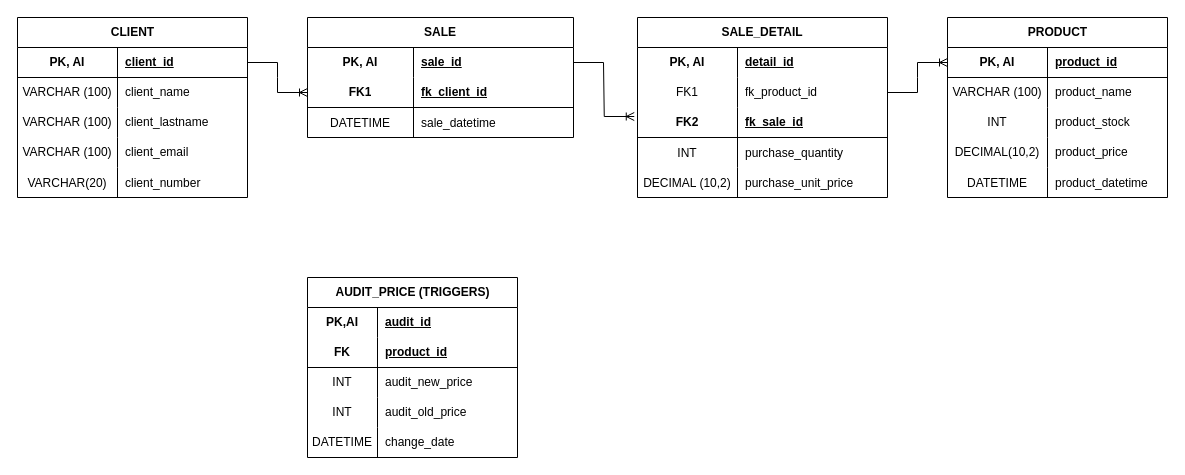
The draw.io diagram docs/TechZone.drawio in IvanRavarotto/TechZone, before the edit. Source tidied: cells renumbered, new cells numbered last; positions are measured from the earlier drawing's top-left corner, leaving out a move shared by most shapes. Both pictures are drawn from the tidied source at 100%, with x=0, y=0 at pixel (17, 17).
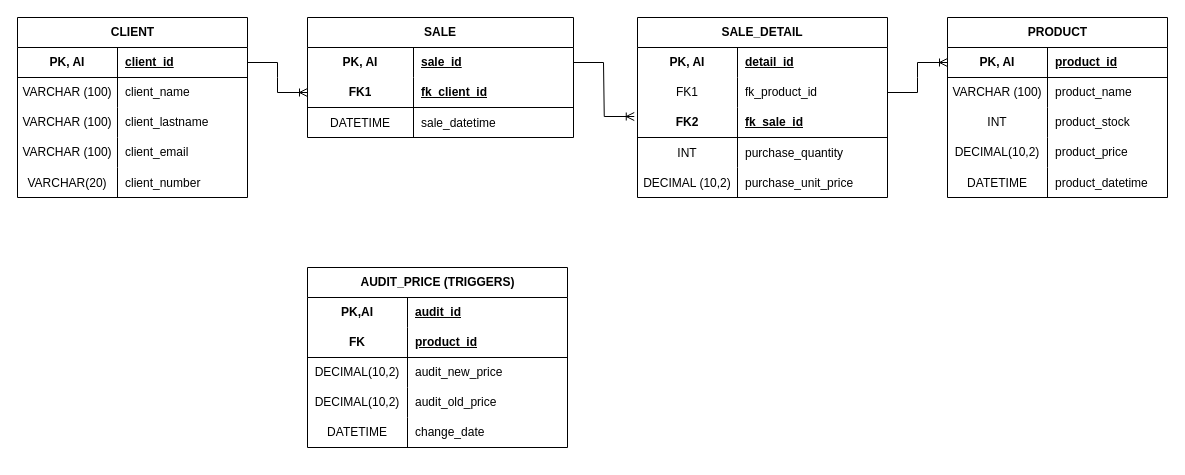
The same diagram, later.

Commit message:
Audited prices are changed from whole numbers to decimals.

What changed in the source:
```diff
@@
     <mxCell id="63" value="AUDIT_PRICE (TRIGGERS)" style="shape=table;startSize=30;childLayout=tableLayout;rowLines=0;fontStyle=1;align=center;html=1;" parent="1" vertex="1">
-      <mxGeometry x="290" y="260" width="210" height="180" as="geometry" />
+      <mxGeometry x="290" y="250" width="260" height="180" as="geometry" />
     </mxCell>
     <mxCell id="64" style="shape=tableRow;horizontal=0;startSize=0;swimlaneHead=0;swimlaneBody=0;fillColor=none;top=0;left=0;right=0;bottom=0;" parent="63" vertex="1">
-      <mxGeometry y="30" width="210" height="30" as="geometry" />
+      <mxGeometry y="30" width="260" height="30" as="geometry" />
     </mxCell>
     <mxCell id="65" value="&lt;span style=&quot;font-weight: 700;&quot;&gt;PK,AI&lt;/span&gt;" style="shape=partialRectangle;fillColor=none;top=0;left=0;bottom=0;right=0;fontStyle=0;overflow=hidden;whiteSpace=wrap;html=1;" parent="64" vertex="1">
-      <mxGeometry width="70" height="30" as="geometry" />
+      <mxGeometry width="100" height="30" as="geometry" />
     </mxCell>
     <mxCell id="66" value="&lt;span style=&quot;font-weight: 700; text-decoration-line: underline;&quot;&gt;audit_id&lt;/span&gt;" style="shape=partialRectangle;fillColor=none;top=0;left=0;bottom=0;right=0;align=left;spacingLeft=6;fontStyle=0;overflow=hidden;whiteSpace=wrap;html=1;" parent="64" vertex="1">
-      <mxGeometry x="70" width="140" height="30" as="geometry" />
+      <mxGeometry x="100" width="160" height="30" as="geometry" />
     </mxCell>
     <mxCell id="67" style="shape=tableRow;horizontal=0;startSize=0;swimlaneHead=0;swimlaneBody=0;fillColor=none;top=0;left=0;right=0;bottom=1;" parent="63" vertex="1">
-      <mxGeometry y="60" width="210" height="30" as="geometry" />
+      <mxGeometry y="60" width="260" height="30" as="geometry" />
     </mxCell>
     <mxCell id="68" value="FK" style="shape=partialRectangle;fillColor=none;top=0;left=0;bottom=0;right=0;fontStyle=1;overflow=hidden;whiteSpace=wrap;html=1;" parent="67" vertex="1">
-      <mxGeometry width="70" height="30" as="geometry" />
+      <mxGeometry width="100" height="30" as="geometry" />
     </mxCell>
     <mxCell id="69" value="product_id" style="shape=partialRectangle;fillColor=none;top=0;left=0;bottom=0;right=0;align=left;spacingLeft=6;fontStyle=5;overflow=hidden;whiteSpace=wrap;html=1;" parent="67" vertex="1">
-      <mxGeometry x="70" width="140" height="30" as="geometry" />
+      <mxGeometry x="100" width="160" height="30" as="geometry" />
     </mxCell>
     <mxCell id="70" style="shape=tableRow;horizontal=0;startSize=0;swimlaneHead=0;swimlaneBody=0;fillColor=none;top=0;left=0;right=0;bottom=0;" parent="63" vertex="1">
-      <mxGeometry y="90" width="210" height="30" as="geometry" />
+      <mxGeometry y="90" width="260" height="30" as="geometry" />
     </mxCell>
-    <mxCell id="71" value="INT" style="shape=partialRectangle;fillColor=none;top=0;left=0;bottom=0;right=0;fontStyle=0;overflow=hidden;whiteSpace=wrap;html=1;" parent="70" vertex="1">
-      <mxGeometry width="70" height="30" as="geometry" />
+    <mxCell id="71" value="DECIMAL(10,2)" style="shape=partialRectangle;fillColor=none;top=0;left=0;bottom=0;right=0;fontStyle=0;overflow=hidden;whiteSpace=wrap;html=1;" parent="70" vertex="1">
+      <mxGeometry width="100" height="30" as="geometry" />
     </mxCell>
     <mxCell id="72" value="audit_new_price" style="shape=partialRectangle;fillColor=none;top=0;left=0;bottom=0;right=0;align=left;spacingLeft=6;fontStyle=0;overflow=hidden;whiteSpace=wrap;html=1;" parent="70" vertex="1">
-      <mxGeometry x="70" width="140" height="30" as="geometry" />
+      <mxGeometry x="100" width="160" height="30" as="geometry" />
     </mxCell>
     <mxCell id="73" style="shape=tableRow;horizontal=0;startSize=0;swimlaneHead=0;swimlaneBody=0;fillColor=none;top=0;left=0;right=0;bottom=0;" parent="63" vertex="1">
-      <mxGeometry y="120" width="210" height="30" as="geometry" />
+      <mxGeometry y="120" width="260" height="30" as="geometry" />
     </mxCell>
-    <mxCell id="74" value="INT" style="shape=partialRectangle;fillColor=none;top=0;left=0;bottom=0;right=0;overflow=hidden;whiteSpace=wrap;html=1;" parent="73" vertex="1">
-      <mxGeometry width="70" height="30" as="geometry" />
+    <mxCell id="74" value="DECIMAL(10,2)" style="shape=partialRectangle;fillColor=none;top=0;left=0;bottom=0;right=0;overflow=hidden;whiteSpace=wrap;html=1;" parent="73" vertex="1">
+      <mxGeometry width="100" height="30" as="geometry" />
     </mxCell>
     <mxCell id="75" value="audit_old_price" style="shape=partialRectangle;fillColor=none;top=0;left=0;bottom=0;right=0;align=left;spacingLeft=6;overflow=hidden;whiteSpace=wrap;html=1;" parent="73" vertex="1">
-      <mxGeometry x="70" width="140" height="30" as="geometry" />
+      <mxGeometry x="100" width="160" height="30" as="geometry" />
     </mxCell>
     <mxCell id="76" style="shape=tableRow;horizontal=0;startSize=0;swimlaneHead=0;swimlaneBody=0;fillColor=none;top=0;left=0;right=0;bottom=0;" parent="63" vertex="1">
-      <mxGeometry y="150" width="210" height="30" as="geometry" />
+      <mxGeometry y="150" width="260" height="30" as="geometry" />
     </mxCell>
     <mxCell id="77" value="DATETIME" style="shape=partialRectangle;fillColor=none;top=0;left=0;bottom=0;right=0;fontStyle=0;overflow=hidden;whiteSpace=wrap;html=1;" parent="76" vertex="1">
-      <mxGeometry width="70" height="30" as="geometry" />
+      <mxGeometry width="100" height="30" as="geometry" />
     </mxCell>
     <mxCell id="78" value="change_date" style="shape=partialRectangle;fillColor=none;top=0;left=0;bottom=0;right=0;align=left;spacingLeft=6;fontStyle=0;overflow=hidden;whiteSpace=wrap;html=1;" parent="76" vertex="1">
-      <mxGeometry x="70" width="140" height="30" as="geometry" />
+      <mxGeometry x="100" width="160" height="30" as="geometry" />
     </mxCell>
```
